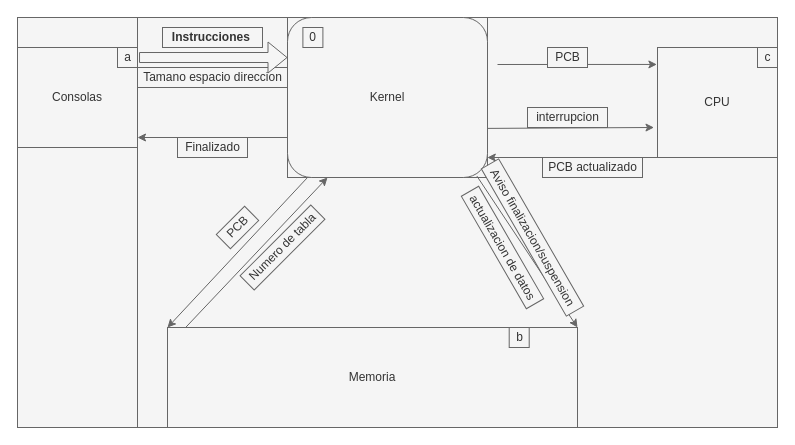
Earlier version of the draw.io diagram Kernel/documentacion/contexto.dio (martina-facu/Trabajo-operativos). Source tidied: cells renumbered, new cells numbered last; positions are measured from the earlier drawing's top-left corner, leaving out a move shared by most shapes. Both pictures are drawn from the tidied source at 100%, with x=0, y=0 at pixel (17, 17).
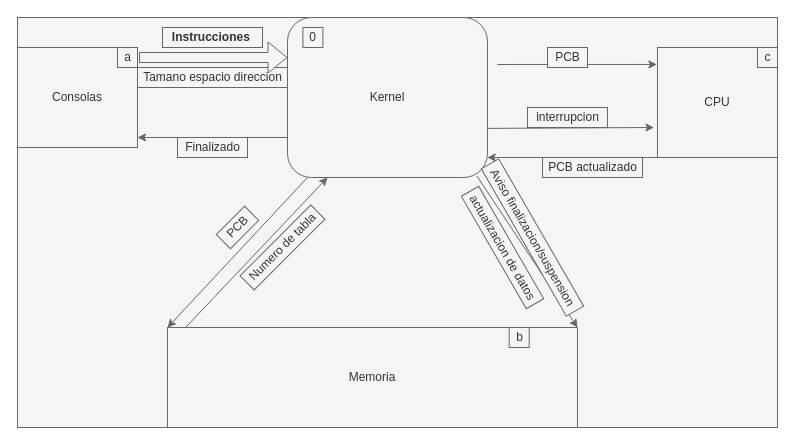
Above is the later version.

Commit message (it also covers changes not shown here):
HOTFIX merjorar diagramas

Unchanged cells that the change refers to:
```xml
<mxCell id="2" style="group;fillColor=#f5f5f5;fontColor=#333333;strokeColor=#666666;" parent="1" vertex="1">
  <mxGeometry width="760" height="410" as="geometry" />
</mxCell>
```

The edit, as a diff of the source:
```diff
@@
-    <mxCell id="6" style="group;fillColor=#f5f5f5;fontColor=#333333;strokeColor=#666666;" parent="2" vertex="1">
+    <mxCell id="6" style="group;" parent="2" vertex="1">
       <mxGeometry x="120" width="640" height="410" as="geometry" />
     </mxCell>
@@
-    <mxCell id="10" style="group;fillColor=#f5f5f5;fontColor=#333333;strokeColor=#666666;" parent="6" vertex="1">
+    <mxCell id="10" style="group;" parent="6" vertex="1">
       <mxGeometry x="150" width="200" height="160" as="geometry" />
     </mxCell>
```
